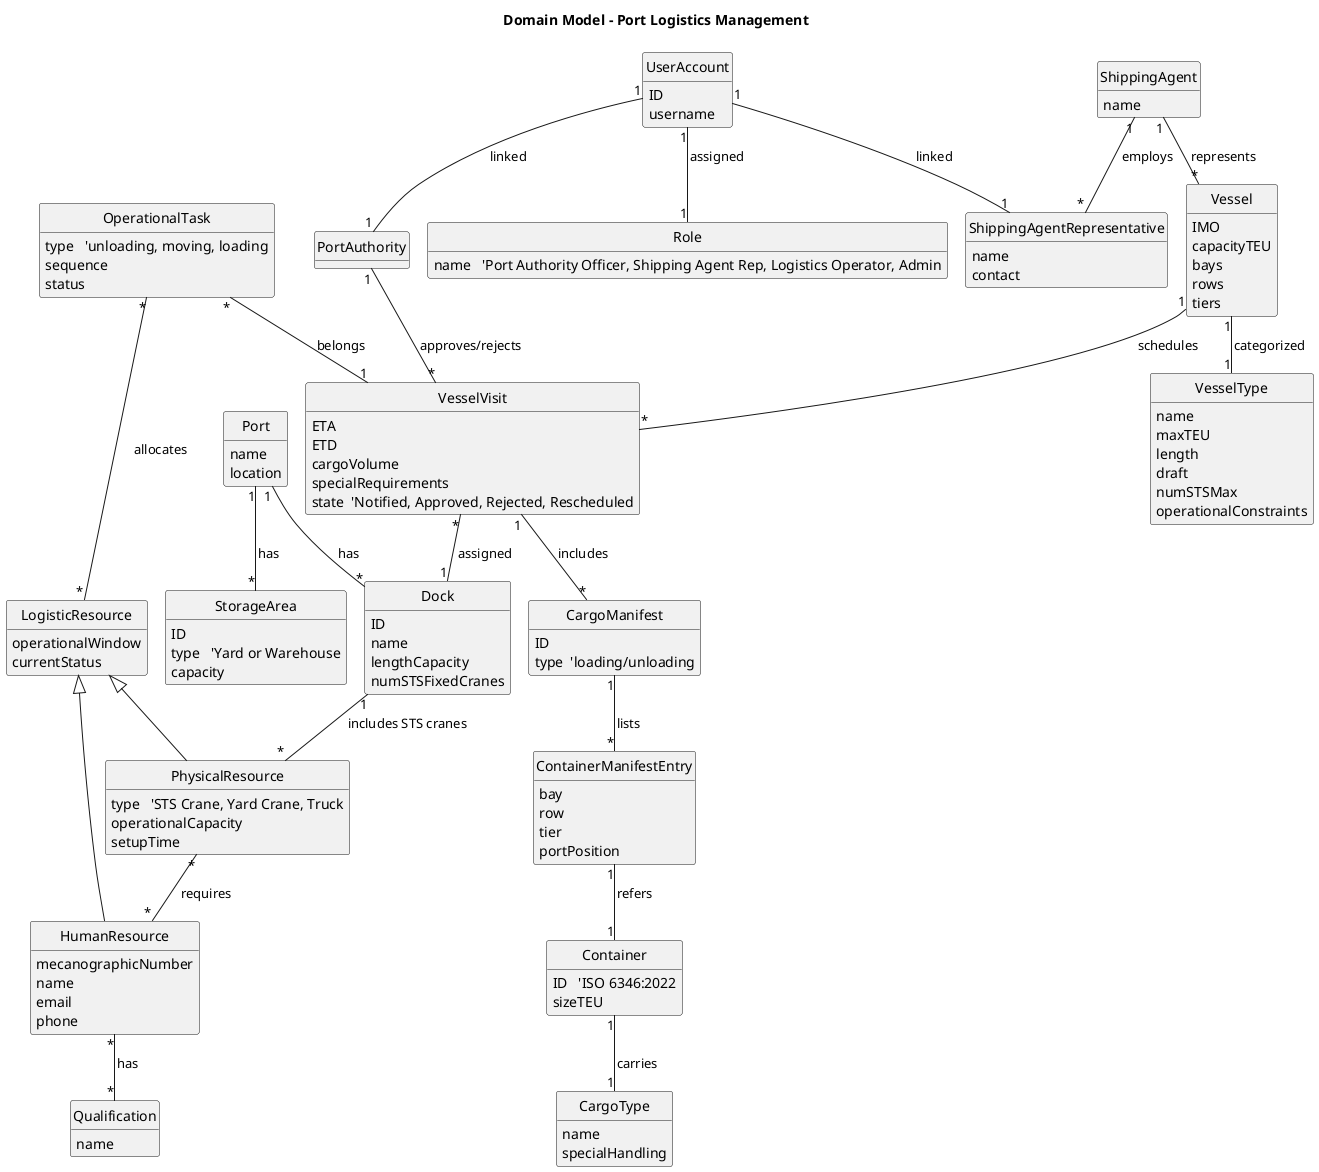
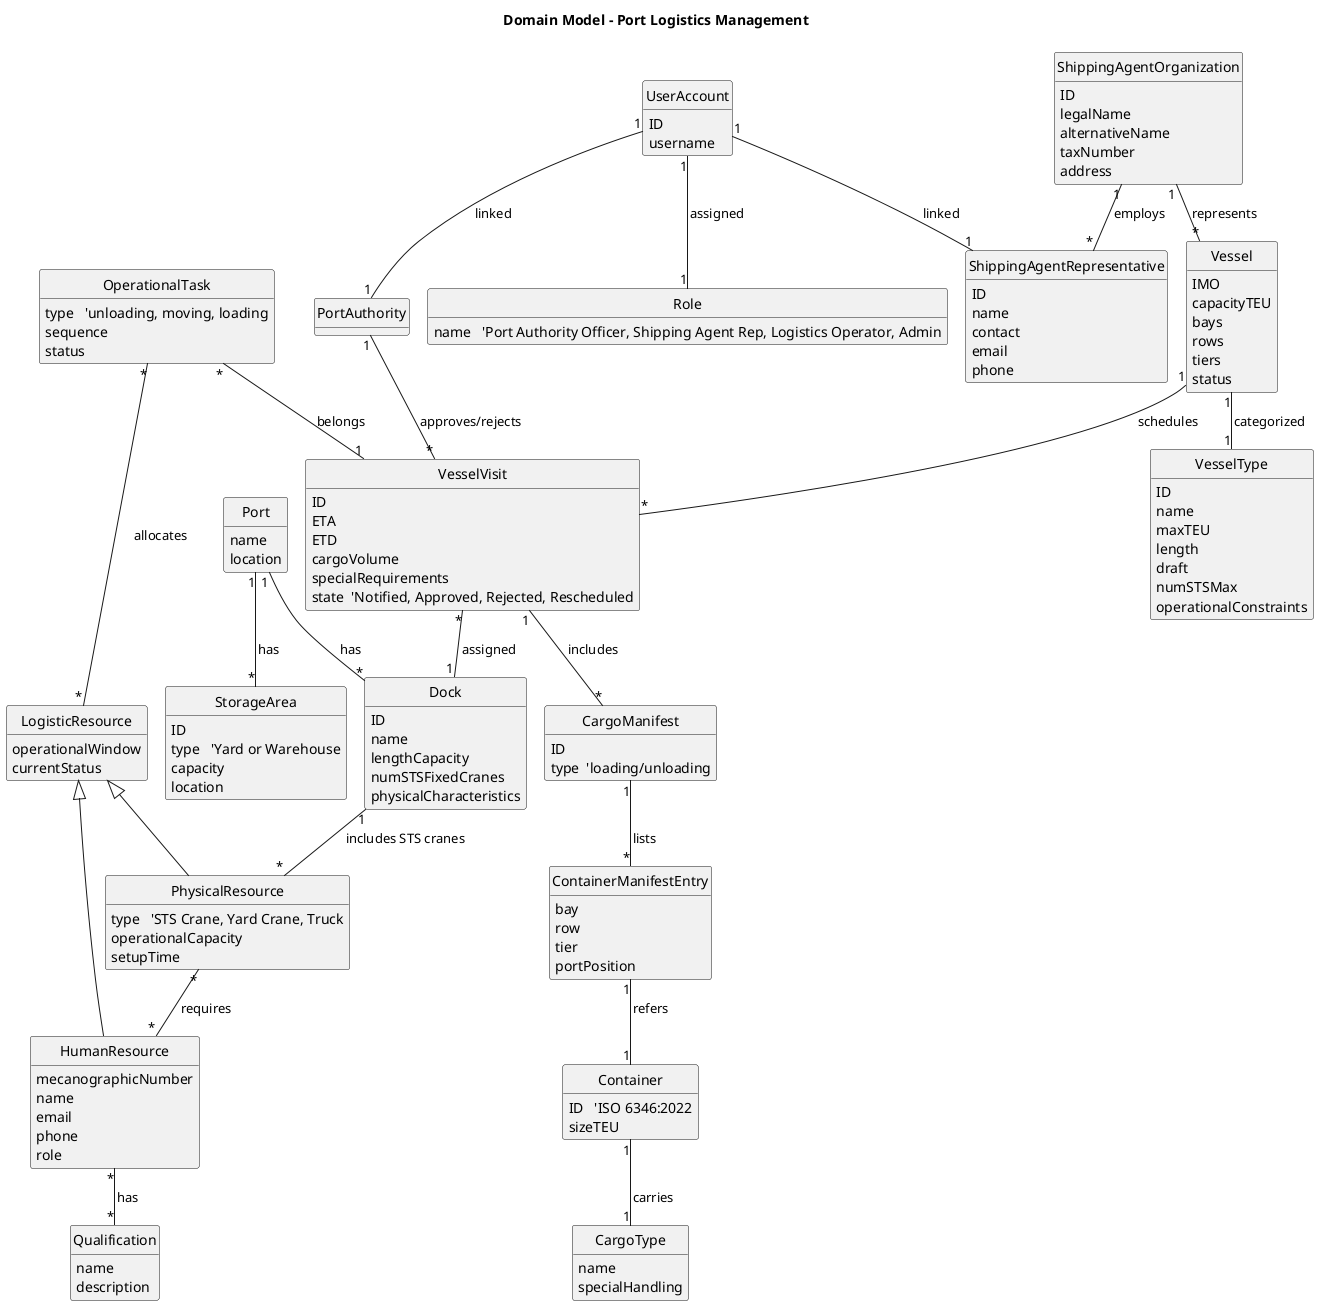
@startuml
!pragma layout smetana
skinparam monochrome true
skinparam packageStyle rectangle
skinparam shadowing false
skinparam classAttributeIconSize 0
hide circle
hide methods
title Domain Model - Port Logistics Management

' ==== CORE ENTITIES ====

class Port {
    name
    location
}

class Dock {
    ID
    name
    lengthCapacity
    numSTSFixedCranes
+     physicalCharacteristics
}

class StorageArea {
    ID
    type   'Yard or Warehouse
    capacity
+     location
}

class Vessel {
    IMO
    capacityTEU
    bays
    rows
    tiers
+     status
}

class VesselType {
+     ID
    name
    maxTEU
    length
    draft
    numSTSMax
    operationalConstraints
}

class VesselVisit {
+     ID
    ETA
    ETD
    cargoVolume
    specialRequirements
    state  'Notified, Approved, Rejected, Rescheduled
}

class CargoManifest {
    ID
    type  'loading/unloading
}

class ContainerManifestEntry {
    bay
    row
    tier
    portPosition
}

class Container {
    ID   'ISO 6346:2022
    sizeTEU
}

class CargoType {
    name
    specialHandling
}

' ==== RESOURCES ====

class LogisticResource {
    operationalWindow
    currentStatus
}

class PhysicalResource {
    type   'STS Crane, Yard Crane, Truck
    operationalCapacity
    setupTime
}

class HumanResource {
    mecanographicNumber
    name
    email
    phone
+     role
}

class Qualification {
    name
+     description
}

class OperationalTask {
    type   'unloading, moving, loading
    sequence
    status
}

' ==== ORGANIZATIONS & USERS ====

class PortAuthority {
}

- class ShippingAgent {
-     name
+ class ShippingAgentOrganization {
+     ID
+     legalName
+     alternativeName
+     taxNumber
+     address
}

class ShippingAgentRepresentative {
+     ID
    name
    contact
+     email
+     phone
}

class UserAccount {
    ID
    username
}

class Role {
    name   'Port Authority Officer, Shipping Agent Rep, Logistics Operator, Admin
}


' ==== RELATIONSHIPS ====

Port "1" -- "*" Dock : has >
Port "1" -- "*" StorageArea : has >

Dock "1" -- "*" PhysicalResource : includes STS cranes >

Vessel "1" -- "1" VesselType : categorized >
Vessel "1" -- "*" VesselVisit : schedules >

VesselVisit "*" -- "1" Dock : assigned >
VesselVisit "1" -- "*" CargoManifest : includes >

CargoManifest "1" -- "*" ContainerManifestEntry : lists >
ContainerManifestEntry "1" -- "1" Container : refers >
Container "1" -- "1" CargoType : carries >

LogisticResource <|-- PhysicalResource
LogisticResource <|-- HumanResource

PhysicalResource "*" -- "*" HumanResource : requires >
HumanResource "*" -- "*" Qualification : has >

OperationalTask "*" -- "*" LogisticResource : allocates >
OperationalTask "*" -- "1" VesselVisit : belongs >

PortAuthority "1" -- "*" VesselVisit : approves/rejects >
- ShippingAgent "1" -- "*" Vessel : represents >
- ShippingAgent "1" -- "*" ShippingAgentRepresentative : employs >
+ ShippingAgentOrganization "1" -- "*" Vessel : represents >
+ ShippingAgentOrganization "1" -- "*" ShippingAgentRepresentative : employs >

UserAccount "1" -- "1" Role : assigned >
UserAccount "1" -- "1" ShippingAgentRepresentative : linked >
UserAccount "1" -- "1" PortAuthority : linked >

- @enduml
+ @enduml